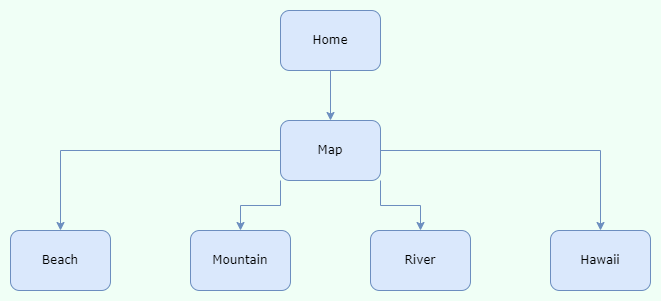
This is Diagrams/UI sitemap.drawio.png from TryingToBeSmart/CST-120-Milestone, a draw.io export, as it was before one commit. Source tidied: cells renumbered, new cells last; positions are measured from the earlier drawing's top-left corner, leaving out a move shared by most shapes.
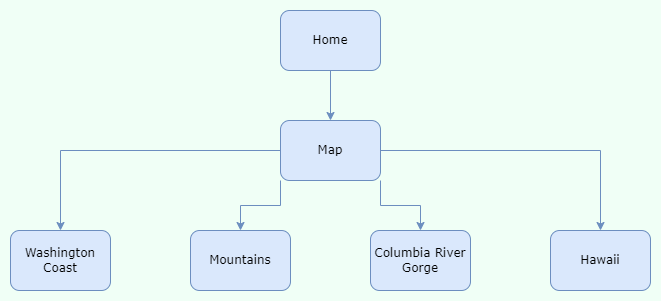
Above is the later version.

Diff of the diagram source:
```diff
@@ -8,13 +8,13 @@
     <mxCell id="3" value="&lt;font style=&quot;font-size: 12px;&quot;&gt;Home&lt;/font&gt;" style="rounded=1;whiteSpace=wrap;html=1;shadow=0;labelBackgroundColor=none;strokeWidth=1;fontFamily=Verdana;fontSize=8;align=center;fillColor=#dae8fc;strokeColor=#6c8ebf;" parent="1" vertex="1">
       <mxGeometry x="270" width="100" height="60" as="geometry" />
     </mxCell>
-    <mxCell id="4" value="&lt;span style=&quot;font-size: 12px;&quot;&gt;Beach&lt;/span&gt;" style="rounded=1;whiteSpace=wrap;html=1;shadow=0;labelBackgroundColor=none;strokeWidth=1;fontFamily=Verdana;fontSize=8;align=center;fillColor=#dae8fc;strokeColor=#6c8ebf;" parent="1" vertex="1">
+    <mxCell id="4" value="&lt;span style=&quot;font-size: 12px;&quot;&gt;Washington Coast&lt;/span&gt;" style="rounded=1;whiteSpace=wrap;html=1;shadow=0;labelBackgroundColor=none;strokeWidth=1;fontFamily=Verdana;fontSize=8;align=center;fillColor=#dae8fc;strokeColor=#6c8ebf;" parent="1" vertex="1">
       <mxGeometry y="220" width="100" height="60" as="geometry" />
     </mxCell>
-    <mxCell id="5" value="&lt;font style=&quot;font-size: 12px;&quot;&gt;River&lt;/font&gt;" style="rounded=1;whiteSpace=wrap;html=1;shadow=0;labelBackgroundColor=none;strokeWidth=1;fontFamily=Verdana;fontSize=8;align=center;fillColor=#dae8fc;strokeColor=#6c8ebf;" parent="1" vertex="1">
+    <mxCell id="5" value="&lt;font style=&quot;font-size: 12px;&quot;&gt;Columbia River Gorge&lt;/font&gt;" style="rounded=1;whiteSpace=wrap;html=1;shadow=0;labelBackgroundColor=none;strokeWidth=1;fontFamily=Verdana;fontSize=8;align=center;fillColor=#dae8fc;strokeColor=#6c8ebf;" parent="1" vertex="1">
       <mxGeometry x="360" y="220" width="100" height="60" as="geometry" />
     </mxCell>
-    <mxCell id="6" value="&lt;font style=&quot;font-size: 12px;&quot;&gt;Mountain&lt;/font&gt;" style="rounded=1;whiteSpace=wrap;html=1;shadow=0;labelBackgroundColor=none;strokeWidth=1;fontFamily=Verdana;fontSize=8;align=center;fillColor=#dae8fc;strokeColor=#6c8ebf;" parent="1" vertex="1">
+    <mxCell id="6" value="&lt;font style=&quot;font-size: 12px;&quot;&gt;Mountains&lt;/font&gt;" style="rounded=1;whiteSpace=wrap;html=1;shadow=0;labelBackgroundColor=none;strokeWidth=1;fontFamily=Verdana;fontSize=8;align=center;fillColor=#dae8fc;strokeColor=#6c8ebf;" parent="1" vertex="1">
       <mxGeometry x="180" y="220" width="100" height="60" as="geometry" />
     </mxCell>
     <mxCell id="7" value="&lt;font style=&quot;font-size: 12px;&quot;&gt;Hawaii&lt;/font&gt;" style="rounded=1;whiteSpace=wrap;html=1;shadow=0;labelBackgroundColor=none;strokeWidth=1;fontFamily=Verdana;fontSize=8;align=center;fillColor=#dae8fc;strokeColor=#6c8ebf;" parent="1" vertex="1">
```
